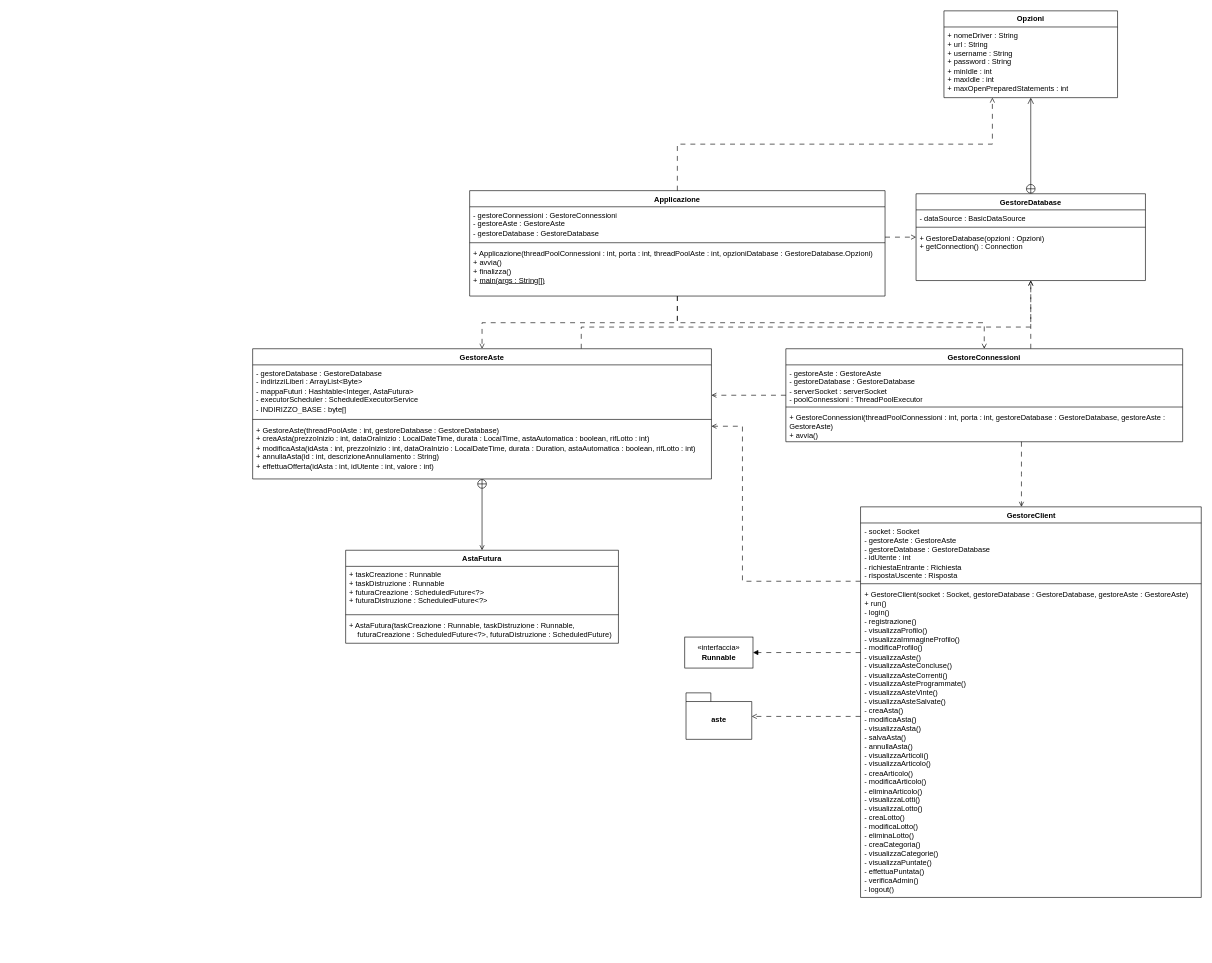
This is documenti/DC-Server.drawio from Chaos-Rat/GAO, a draw.io file, before an edit. Source tidied: cells renumbered, new cells numbered last; positions are measured from the earlier drawing's top-left corner, leaving out a move shared by most shapes. Both pictures are drawn from the tidied source at 62%, with x=0, y=0 at pixel (252, 11).
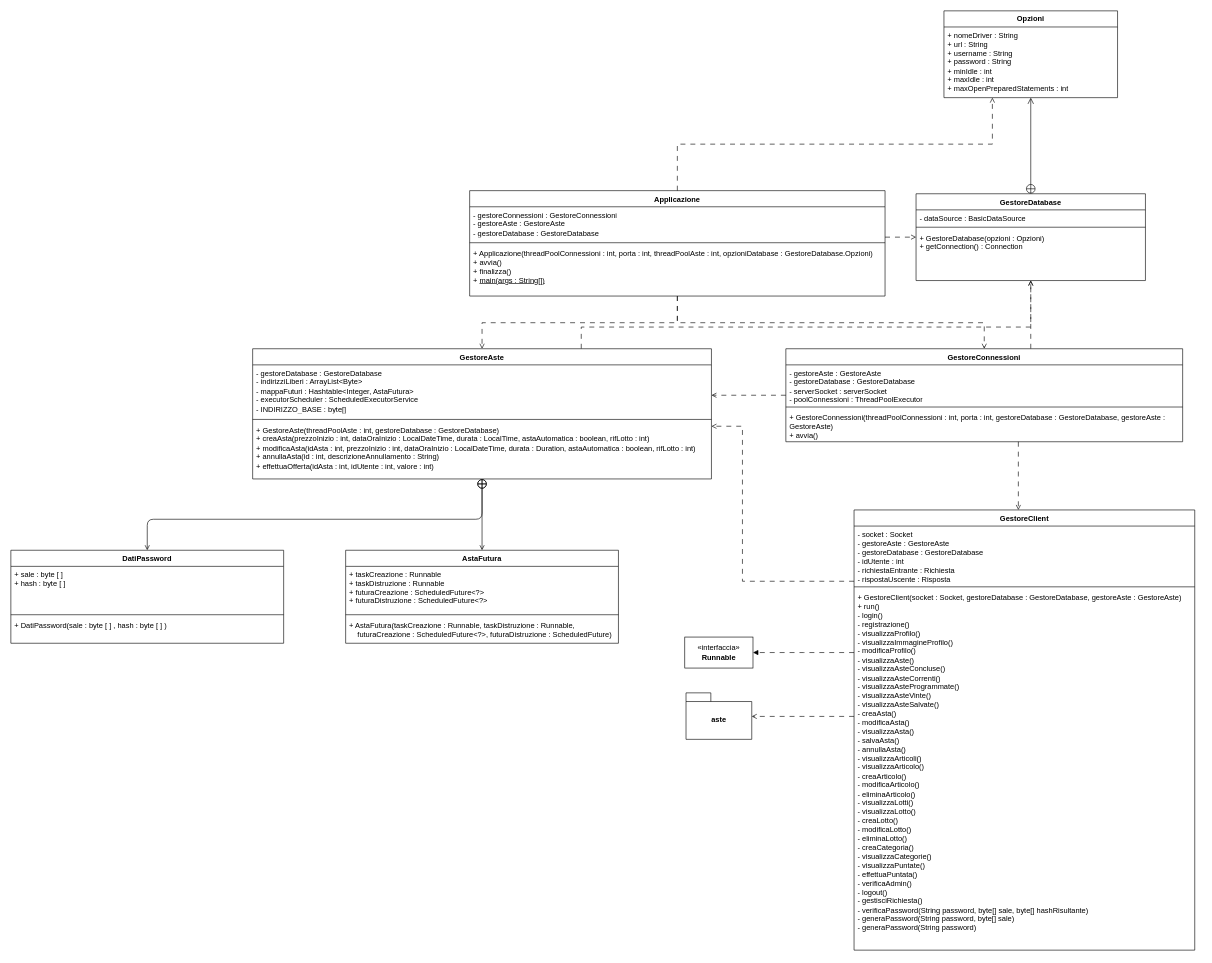
Above is the later version.

Unchanged cells that the change refers to:
```xml
<mxCell id="26" value="&lt;div&gt;+ GestoreAste(threadPoolAste : int, gestoreDatabase : GestoreDatabase)&lt;/div&gt;&lt;div&gt;+ creaAsta(prezzoInizio : int, dataOraInizio : LocalDateTime, durata : LocalTime, astaAutomatica : boolean, rifLotto : int)&lt;/div&gt;&lt;div&gt;+ modificaAsta(idAsta : int, prezzoInizio : int, dataOraInizio : LocalDateTime, durata : Duration, astaAutomatica : boolean, rifLotto : int)&lt;/div&gt;&lt;div&gt;+ annullaAsta(id : int, descrizioneAnnullamento : String)&lt;/div&gt;&lt;div&gt;+ effettuaOfferta(idAsta : int, idUtente : int, valore : int)&lt;/div&gt;&lt;div&gt;&lt;br&gt;&lt;/div&gt;" style="text;strokeColor=none;fillColor=none;align=left;verticalAlign=top;spacingLeft=4;spacingRight=4;overflow=hidden;points=[[0,0.5],[1,0.5]];portConstraint=eastwest;whiteSpace=wrap;html=1;" parent="23" vertex="1">
  <mxGeometry y="118" width="740" height="92" as="geometry" />
</mxCell>
```

The edit, as a diff of the source:
```diff
@@
     <mxCell id="11" value="GestoreClient" style="swimlane;fontStyle=1;align=center;verticalAlign=top;horizontal=1;startSize=26;whiteSpace=wrap;html=1;" parent="1" vertex="1">
-      <mxGeometry x="980.5" y="800" width="549.5" height="630" as="geometry" />
+      <mxGeometry x="970" y="805" width="549.5" height="710" as="geometry" />
     </mxCell>
@@
-    <mxCell id="14" value="&lt;div&gt;+ GestoreClient(socket : Socket, gestoreDatabase : GestoreDatabase, gestoreAste : GestoreAste)&lt;/div&gt;&lt;div&gt;+ run()&lt;/div&gt;&lt;div&gt;- login()&lt;/div&gt;&lt;div&gt;- registrazione()&lt;/div&gt;&lt;div&gt;- visualizzaProfilo()&lt;/div&gt;&lt;div&gt;- visualizzaImmagineProfilo()&lt;/div&gt;&lt;div&gt;- modificaProfilo()&lt;/div&gt;&lt;div&gt;- visualizzaAste()&lt;/div&gt;&lt;div&gt;- visualizzaAsteConcluse()&lt;/div&gt;&lt;div&gt;- visualizzaAsteCorrenti()&lt;/div&gt;&lt;div&gt;- visualizzaAsteProgrammate()&lt;/div&gt;&lt;div&gt;- visualizzaAsteVinte()&lt;/div&gt;&lt;div&gt;- visualizzaAsteSalvate()&lt;/div&gt;&lt;div&gt;- creaAsta()&lt;/div&gt;&lt;div&gt;- modificaAsta()&lt;/div&gt;&lt;div&gt;- visualizzaAsta()&lt;br&gt;&lt;/div&gt;&lt;div&gt;- salvaAsta()&lt;br&gt;&lt;/div&gt;&lt;div&gt;- annullaAsta()&lt;/div&gt;&lt;div&gt;- visualizzaArticoli()&lt;/div&gt;&lt;div&gt;- visualizzaArticolo()&lt;/div&gt;&lt;div&gt;- creaArticolo()&lt;/div&gt;&lt;div&gt;- modificaArticolo()&lt;/div&gt;&lt;div&gt;- eliminaArticolo()&lt;/div&gt;&lt;div&gt;- visualizzaLotti()&lt;/div&gt;&lt;div&gt;- visualizzaLotto()&lt;/div&gt;&lt;div&gt;- creaLotto()&lt;/div&gt;&lt;div&gt;- modificaLotto()&lt;/div&gt;&lt;div&gt;- eliminaLotto()&lt;/div&gt;&lt;div&gt;- creaCategoria()&lt;/div&gt;&lt;div&gt;- visualizzaCategorie()&lt;/div&gt;&lt;div&gt;- visualizzaPuntate()&lt;/div&gt;&lt;div&gt;- effettuaPuntata()&lt;br&gt;&lt;/div&gt;&lt;div&gt;- verificaAdmin()&lt;/div&gt;&lt;div&gt;- logout()&lt;/div&gt;" style="text;strokeColor=none;fillColor=none;align=left;verticalAlign=top;spacingLeft=4;spacingRight=4;overflow=hidden;whiteSpace=wrap;html=1;" parent="11" vertex="1">
-      <mxGeometry y="128" width="549.5" height="502" as="geometry" />
+    <mxCell id="14" value="&lt;div&gt;+ GestoreClient(socket : Socket, gestoreDatabase : GestoreDatabase, gestoreAste : GestoreAste)&lt;/div&gt;&lt;div&gt;+ run()&lt;/div&gt;&lt;div&gt;- login()&lt;/div&gt;&lt;div&gt;- registrazione()&lt;/div&gt;&lt;div&gt;- visualizzaProfilo()&lt;/div&gt;&lt;div&gt;- visualizzaImmagineProfilo()&lt;/div&gt;&lt;div&gt;- modificaProfilo()&lt;/div&gt;&lt;div&gt;- visualizzaAste()&lt;/div&gt;&lt;div&gt;- visualizzaAsteConcluse()&lt;/div&gt;&lt;div&gt;- visualizzaAsteCorrenti()&lt;/div&gt;&lt;div&gt;- visualizzaAsteProgrammate()&lt;/div&gt;&lt;div&gt;- visualizzaAsteVinte()&lt;/div&gt;&lt;div&gt;- visualizzaAsteSalvate()&lt;/div&gt;&lt;div&gt;- creaAsta()&lt;/div&gt;&lt;div&gt;- modificaAsta()&lt;/div&gt;&lt;div&gt;- visualizzaAsta()&lt;br&gt;&lt;/div&gt;&lt;div&gt;- salvaAsta()&lt;br&gt;&lt;/div&gt;&lt;div&gt;- annullaAsta()&lt;/div&gt;&lt;div&gt;- visualizzaArticoli()&lt;/div&gt;&lt;div&gt;- visualizzaArticolo()&lt;/div&gt;&lt;div&gt;- creaArticolo()&lt;/div&gt;&lt;div&gt;- modificaArticolo()&lt;/div&gt;&lt;div&gt;- eliminaArticolo()&lt;/div&gt;&lt;div&gt;- visualizzaLotti()&lt;/div&gt;&lt;div&gt;- visualizzaLotto()&lt;/div&gt;&lt;div&gt;- creaLotto()&lt;/div&gt;&lt;div&gt;- modificaLotto()&lt;/div&gt;&lt;div&gt;- eliminaLotto()&lt;/div&gt;&lt;div&gt;- creaCategoria()&lt;/div&gt;&lt;div&gt;- visualizzaCategorie()&lt;/div&gt;&lt;div&gt;- visualizzaPuntate()&lt;/div&gt;&lt;div&gt;- effettuaPuntata()&lt;br&gt;&lt;/div&gt;&lt;div&gt;- verificaAdmin()&lt;/div&gt;&lt;div&gt;- logout()&lt;/div&gt;&lt;div&gt;- gestisciRichiesta()&lt;/div&gt;&lt;div&gt;- verificaPassword(String password, byte[] sale, byte[] hashRisultante&lt;span style=&quot;background-color: initial;&quot;&gt;)&lt;/span&gt;&lt;/div&gt;&lt;div&gt;- generaPassword(String password, byte[] sale&lt;span style=&quot;background-color: initial;&quot;&gt;)&lt;/span&gt;&lt;/div&gt;&lt;div&gt;- generaPassword(String password&lt;span style=&quot;background-color: initial;&quot;&gt;)&lt;/span&gt;&lt;/div&gt;" style="text;strokeColor=none;fillColor=none;align=left;verticalAlign=top;spacingLeft=4;spacingRight=4;overflow=hidden;whiteSpace=wrap;html=1;" parent="11" vertex="1">
+      <mxGeometry y="128" width="549.5" height="582" as="geometry" />
     </mxCell>
@@
+    <mxCell id="43" style="edgeStyle=orthogonalEdgeStyle;html=1;endArrow=circlePlus;endFill=0;startArrow=open;startFill=0;exitX=0.5;exitY=0;exitDx=0;exitDy=0;" parent="1" edge="1" source="44" target="26">
+      <mxGeometry relative="1" as="geometry">
+        <Array as="points">
+          <mxPoint x="-170" y="820" />
+          <mxPoint x="370" y="820" />
+        </Array>
+      </mxGeometry>
+    </mxCell>
+    <mxCell id="44" value="DatiPassword" style="swimlane;fontStyle=1;align=center;verticalAlign=top;horizontal=1;startSize=26;" parent="1" vertex="1">
+      <mxGeometry x="-390" y="870" width="440" height="150" as="geometry" />
+    </mxCell>
+    <mxCell id="45" value="+ sale : byte [ ]&#10;+ hash : byte [ ] " style="text;strokeColor=none;fillColor=none;align=left;verticalAlign=top;spacingLeft=4;spacingRight=4;overflow=hidden;" parent="44" vertex="1">
+      <mxGeometry y="26" width="440" height="74" as="geometry" />
+    </mxCell>
+    <mxCell id="46" style="line;strokeWidth=1;fillColor=none;align=left;verticalAlign=middle;spacingTop=-1;spacingLeft=3;spacingRight=3;labelPosition=right;strokeColor=inherit;" parent="44" vertex="1">
+      <mxGeometry y="100" width="440" height="8" as="geometry" />
+    </mxCell>
+    <mxCell id="47" value="+ DatiPassword(sale : byte [ ] , hash : byte [ ] )" style="text;strokeColor=none;fillColor=none;align=left;verticalAlign=top;spacingLeft=4;spacingRight=4;overflow=hidden;" parent="44" vertex="1">
+      <mxGeometry y="108" width="440" height="42" as="geometry" />
+    </mxCell>
```
